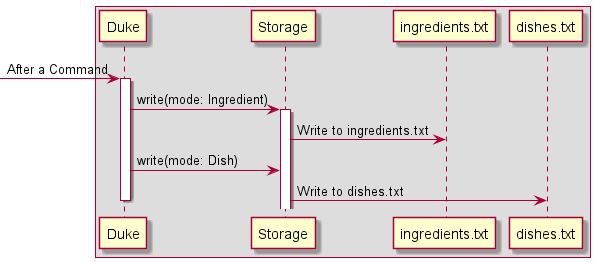
nus-cs2113-AY2122S1/tp keeps this PlantUML diagram as docs/images/storage_write_sequence.png. Above is the earlier version.
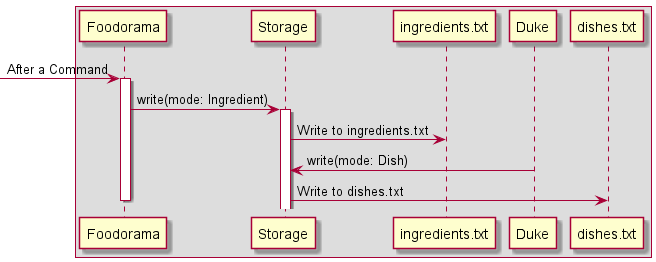
Later version of the same file.

Diff of the diagram source:
```diff
@@ -1,13 +1,13 @@
 @startuml
 
 Box
--> Duke: After a Command
-activate Duke
-Duke -> Storage: write(mode: Ingredient)
+-> Foodorama: After a Command
+activate Foodorama
+Foodorama -> Storage: write(mode: Ingredient)
 activate Storage
 Storage -> ingredients.txt : Write to ingredients.txt
 Duke -> Storage: write(mode: Dish)
 Storage -> dishes.txt: Write to dishes.txt
-deactivate Duke
+deactivate Foodorama
 
 @enduml
```
